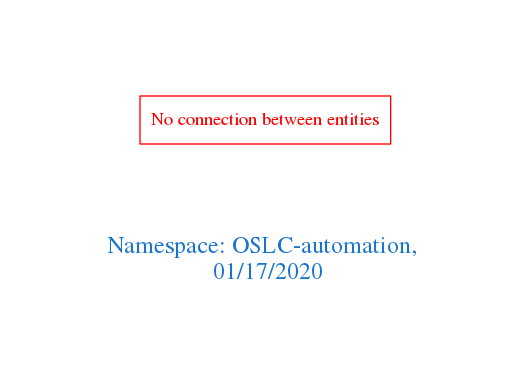
The Graphviz diagram downloads/OSLC-automation.png in arago/OGIT, before a commit. Its source is kept beside it as downloads/OSLC-automation.dot.
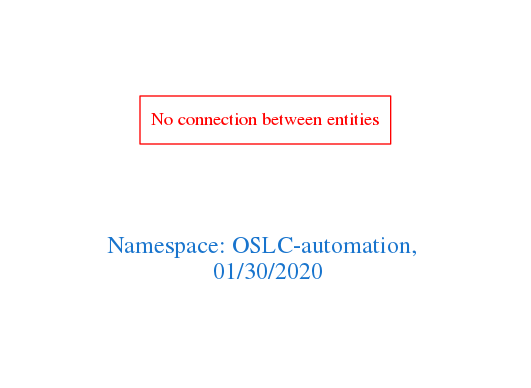
Later version of the same file.

What changed in the source:
```diff
@@ -1,7 +1,7 @@
 digraph OGIT_ontology {
  graph [ rankdir= LR,pad=1
 fontsize = 18,
-fontcolor= dodgerblue3,label = "\n\n\nNamespace: OSLC-automation, \n 01/17/2020"];
+fontcolor= dodgerblue3,label = "\n\n\nNamespace: OSLC-automation, \n 01/30/2020"];
 node[shape=polygon];
 edge [  color="gray81"];
 
```
